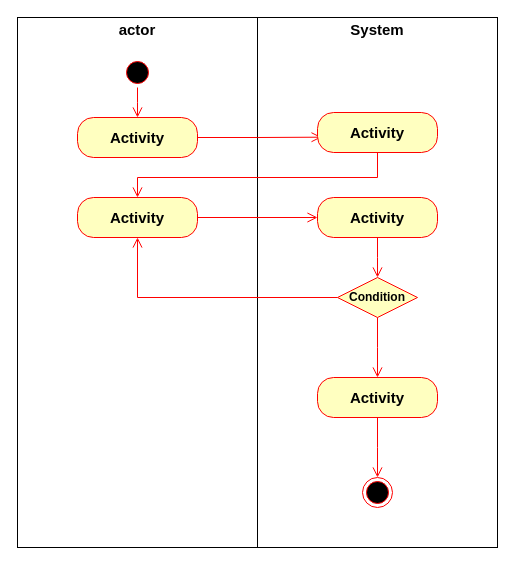
Above: page "activity login" (2 of 7) of project.drawio in saidhanani984/Project (draw.io), before the change. Source tidied: cells renumbered, new cells numbered last; positions are measured from the earlier drawing's top-left corner, leaving out a move shared by most shapes. Both pictures are drawn from the tidied source at 100%, with x=0, y=0 at pixel (17, 17).
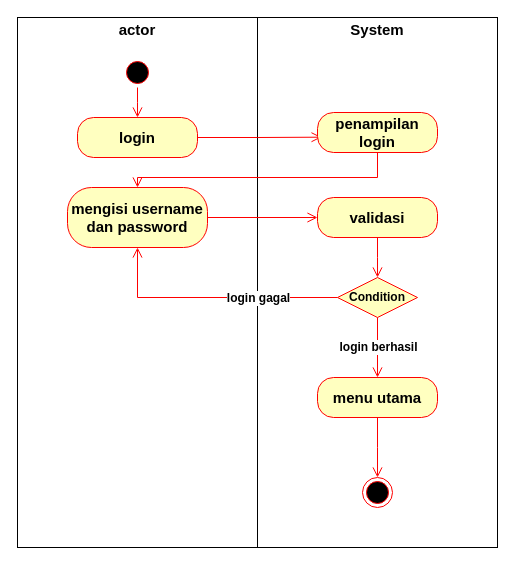
The same page after the edit.

The change refers to these unchanged cells:
```xml
<mxCell id="11" style="edgeStyle=orthogonalEdgeStyle;html=1;align=left;verticalAlign=bottom;endArrow=open;endSize=8;strokeColor=#ff0000;rounded=0;entryX=0.5;entryY=1;entryDx=0;entryDy=0;fontStyle=1;fontSize=15;" parent="1" edge="1" source="10" target="13">
  <mxGeometry x="-1" relative="1" as="geometry" />
</mxCell>
<mxCell id="12" style="edgeStyle=orthogonalEdgeStyle;html=1;align=left;verticalAlign=top;endArrow=open;endSize=8;strokeColor=#ff0000;rounded=0;fontStyle=1;fontSize=15;" parent="1" edge="1" source="10">
  <mxGeometry x="-1" relative="1" as="geometry">
    <mxPoint x="360" y="360" as="targetPoint" />
  </mxGeometry>
</mxCell>
```

Change to the diagram source:
```diff
@@
-    <mxCell id="6" value="Activity" style="rounded=1;whiteSpace=wrap;html=1;arcSize=40;fontColor=#000000;fillColor=#ffffc0;strokeColor=#ff0000;fontStyle=1;fontSize=15;" parent="1" vertex="1">
+    <mxCell id="6" value="login" style="rounded=1;whiteSpace=wrap;html=1;arcSize=40;fontColor=#000000;fillColor=#ffffc0;strokeColor=#ff0000;fontStyle=1;fontSize=15;" parent="1" vertex="1">
       <mxGeometry x="60" y="100" width="120" height="40" as="geometry" />
     </mxCell>
@@
-    <mxCell id="8" value="Activity" style="rounded=1;whiteSpace=wrap;html=1;arcSize=40;fontColor=#000000;fillColor=#ffffc0;strokeColor=#ff0000;fontStyle=1;fontSize=15;" parent="1" vertex="1">
+    <mxCell id="8" value="penampilan login" style="rounded=1;whiteSpace=wrap;html=1;arcSize=40;fontColor=#000000;fillColor=#ffffc0;strokeColor=#ff0000;fontStyle=1;fontSize=15;" parent="1" vertex="1">
       <mxGeometry x="300" y="95" width="120" height="40" as="geometry" />
     </mxCell>
@@
+    <mxCell id="20" value="login gagal" style="edgeLabel;html=1;align=center;verticalAlign=middle;fontStyle=1;fontSize=12;" parent="11" vertex="1">
+      <mxGeometry x="-0.24" y="2" relative="1" as="geometry">
+        <mxPoint x="15" y="-2" as="offset" />
+      </mxGeometry>
+    </mxCell>
@@
+    <mxCell id="21" value="&lt;b&gt;&lt;font style=&quot;font-size: 12px;&quot;&gt;login berhasil&lt;/font&gt;&lt;/b&gt;" style="edgeLabel;html=1;align=center;verticalAlign=middle;" parent="12" vertex="1">
+      <mxGeometry x="-0.04" relative="1" as="geometry" />
+    </mxCell>
-    <mxCell id="13" value="Activity" style="rounded=1;whiteSpace=wrap;html=1;arcSize=40;fontColor=#000000;fillColor=#ffffc0;strokeColor=#ff0000;fontStyle=1;fontSize=15;" parent="1" vertex="1">
-      <mxGeometry x="60" y="180" width="120" height="40" as="geometry" />
+    <mxCell id="13" value="mengisi username dan password" style="rounded=1;whiteSpace=wrap;html=1;arcSize=40;fontColor=#000000;fillColor=#ffffc0;strokeColor=#ff0000;fontStyle=1;fontSize=15;" parent="1" vertex="1">
+      <mxGeometry x="50" y="170" width="140" height="60" as="geometry" />
     </mxCell>
@@
-    <mxCell id="15" value="Activity" style="rounded=1;whiteSpace=wrap;html=1;arcSize=40;fontColor=#000000;fillColor=#ffffc0;strokeColor=#ff0000;fontStyle=1;fontSize=15;" parent="1" vertex="1">
+    <mxCell id="15" value="validasi" style="rounded=1;whiteSpace=wrap;html=1;arcSize=40;fontColor=#000000;fillColor=#ffffc0;strokeColor=#ff0000;fontStyle=1;fontSize=15;" parent="1" vertex="1">
       <mxGeometry x="300" y="180" width="120" height="40" as="geometry" />
     </mxCell>
@@
-    <mxCell id="17" value="Activity" style="rounded=1;whiteSpace=wrap;html=1;arcSize=40;fontColor=#000000;fillColor=#ffffc0;strokeColor=#ff0000;fontStyle=1;fontSize=15;" parent="1" vertex="1">
+    <mxCell id="17" value="menu utama" style="rounded=1;whiteSpace=wrap;html=1;arcSize=40;fontColor=#000000;fillColor=#ffffc0;strokeColor=#ff0000;fontStyle=1;fontSize=15;" parent="1" vertex="1">
       <mxGeometry x="300" y="360" width="120" height="40" as="geometry" />
     </mxCell>
```
